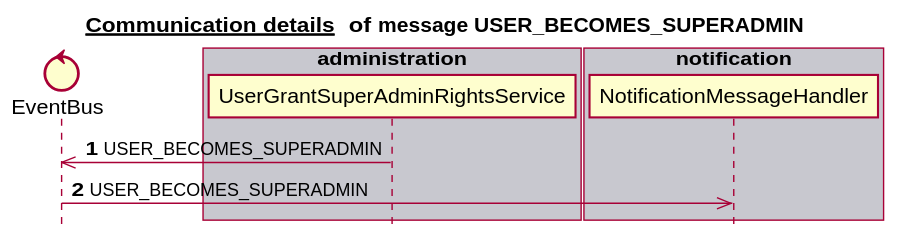
Above: docs/latest/images/gen_domain_messaging_user_becomes_superadmin.svg in mercedes-benz/sechub (PlantUML), before the change.
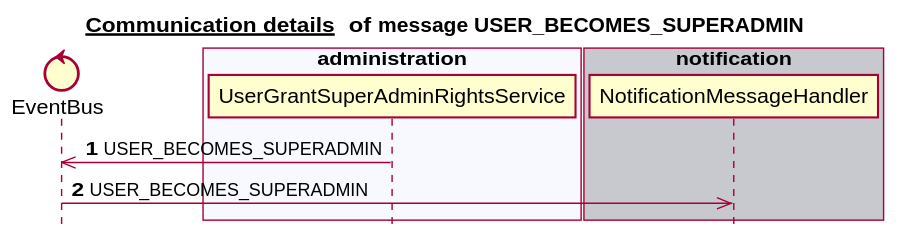
After the commit.

Diff of the diagram source:
```diff
@@ -10,10 +10,10 @@
 end box
 box "schedule" #F8F8FF
 end box
-box "administration" #C8C8CF
+box "authorization" #C8C8CF
+end box
+box "administration" #F8F8FF
    participant UserGrantSuperAdminRightsService
-end box
-box "authorization" #F8F8FF
 end box
 box "notification" #C8C8CF
    participant NotificationMessageHandler
```
